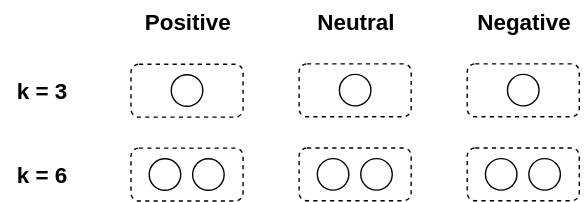
This is drawio/flowcharts/fewshot_flowchart.drawio.svg from sara-kaczmarek/LLMB4ABSC, a draw.io export, as it was before one commit. Source tidied: cells renumbered, new cells last; positions are measured from the earlier drawing's top-left corner, leaving out a move shared by most shapes.
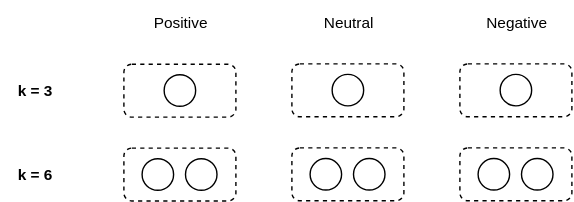
The same file after the commit.

Change to the diagram source:
```diff
@@ -2,20 +2,20 @@
   <root>
     <mxCell id="0" />
     <mxCell id="1" parent="0" />
-    <mxCell id="2" value="&lt;b&gt;&lt;font style=&quot;font-size: 16px;&quot;&gt;k = 3&lt;/font&gt;&lt;/b&gt;" style="text;html=1;align=center;verticalAlign=middle;strokeColor=none;fillColor=none;" parent="1" vertex="1">
-      <mxGeometry y="49.1" width="60" height="30" as="geometry" />
+    <mxCell id="2" value="&lt;b&gt;&lt;font&gt;k = 3&lt;/font&gt;&lt;/b&gt;" style="text;html=1;align=center;verticalAlign=middle;strokeColor=none;fillColor=none;fontSize=11;" parent="1" vertex="1">
+      <mxGeometry x="5" y="49.1" width="50" height="30" as="geometry" />
     </mxCell>
-    <mxCell id="3" value="&lt;b&gt;&lt;font style=&quot;font-size: 16px;&quot;&gt;k = 6&lt;/font&gt;&lt;/b&gt;" style="text;html=1;align=center;verticalAlign=middle;strokeColor=none;fillColor=none;" parent="1" vertex="1">
-      <mxGeometry y="109" width="60" height="30" as="geometry" />
+    <mxCell id="3" value="&lt;b&gt;&lt;font&gt;k = 6&lt;/font&gt;&lt;/b&gt;" style="text;html=1;align=center;verticalAlign=middle;strokeColor=none;fillColor=none;fontSize=11;" parent="1" vertex="1">
+      <mxGeometry x="5" y="109" width="50" height="30" as="geometry" />
     </mxCell>
-    <mxCell id="4" value="&lt;span style=&quot;font-size: 16px;&quot;&gt;&lt;b&gt;Positive&lt;/b&gt;&lt;/span&gt;" style="text;html=1;align=center;verticalAlign=middle;strokeColor=none;fillColor=none;" parent="1" vertex="1">
-      <mxGeometry x="94" width="80" height="30" as="geometry" />
+    <mxCell id="4" value="&lt;span&gt;&lt;span style=&quot;font-weight: normal;&quot;&gt;Positive&lt;/span&gt;&lt;/span&gt;" style="text;html=1;align=center;verticalAlign=middle;strokeColor=none;fillColor=none;fontStyle=1;fontSize=11;" parent="1" vertex="1">
+      <mxGeometry x="104" width="60" height="30" as="geometry" />
     </mxCell>
-    <mxCell id="5" value="&lt;span style=&quot;font-size: 16px;&quot;&gt;&lt;b&gt;Neutral&lt;/b&gt;&lt;/span&gt;" style="text;html=1;align=center;verticalAlign=middle;strokeColor=none;fillColor=none;" parent="1" vertex="1">
-      <mxGeometry x="214" width="80" height="30" as="geometry" />
+    <mxCell id="5" value="&lt;span&gt;&lt;span style=&quot;font-weight: normal;&quot;&gt;Neutral&lt;/span&gt;&lt;/span&gt;" style="text;html=1;align=center;verticalAlign=middle;strokeColor=none;fillColor=none;fontStyle=1;fontSize=11;" parent="1" vertex="1">
+      <mxGeometry x="224" width="60" height="30" as="geometry" />
     </mxCell>
-    <mxCell id="6" value="&lt;span style=&quot;font-size: 16px;&quot;&gt;&lt;b&gt;Negative&lt;/b&gt;&lt;/span&gt;" style="text;html=1;align=center;verticalAlign=middle;strokeColor=none;fillColor=none;" parent="1" vertex="1">
-      <mxGeometry x="329" width="90" height="30" as="geometry" />
+    <mxCell id="6" value="&lt;span&gt;&lt;span style=&quot;font-weight: normal;&quot;&gt;Negative&lt;/span&gt;&lt;/span&gt;" style="text;html=1;align=center;verticalAlign=middle;strokeColor=none;fillColor=none;fontStyle=1;fontSize=11;" parent="1" vertex="1">
+      <mxGeometry x="339" width="70" height="30" as="geometry" />
     </mxCell>
     <mxCell id="7" style="group;" parent="1" vertex="1">
       <mxGeometry x="94" y="45.2" width="80" height="37.8" as="geometry" />
```
